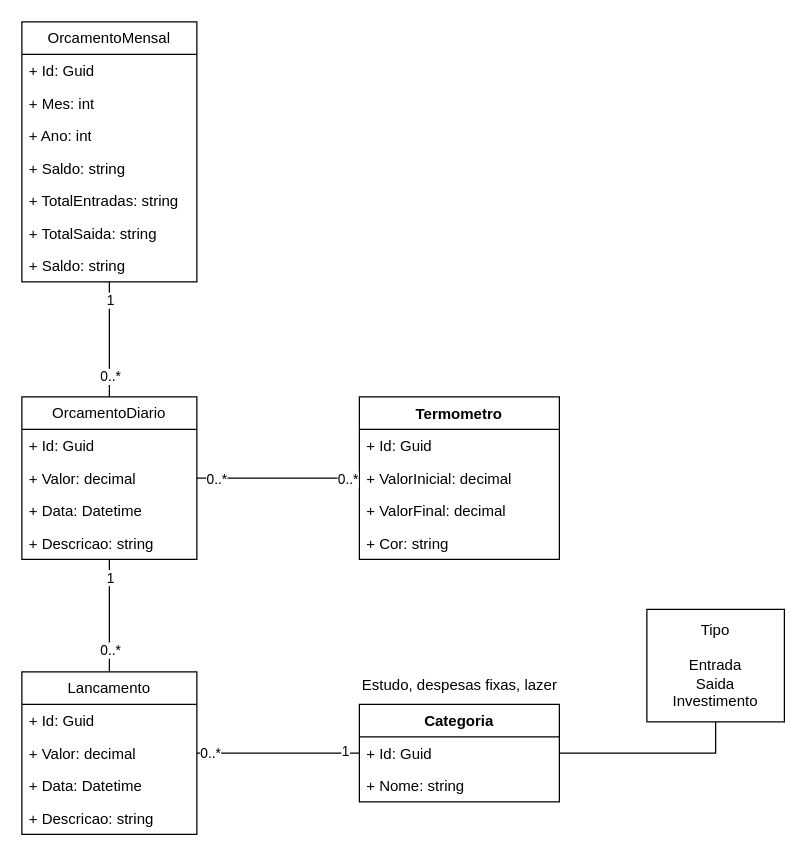
Before: docs/controle-financeiro.drawio in willianmenezes/controle-financeiro, a draw.io diagram. Source tidied: cells renumbered, new cells numbered last; positions are measured from the earlier drawing's top-left corner, leaving out a move shared by most shapes. Both pictures are drawn from the tidied source at 125%, with x=0, y=0 at pixel (21, 21).
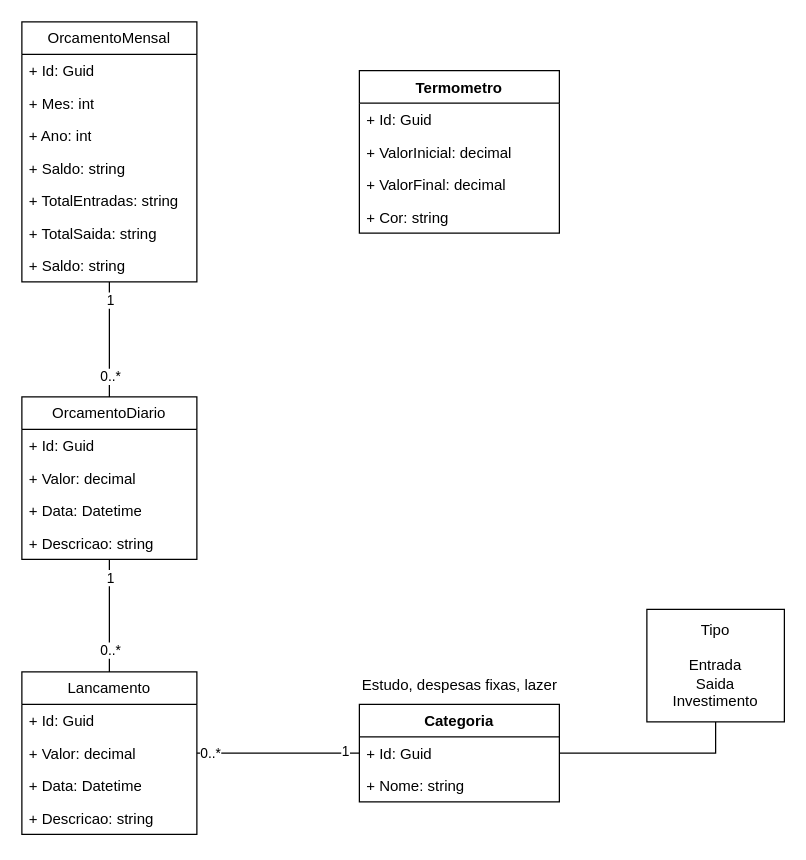
After the change.

The change refers to these unchanged cells:
```xml
<mxCell id="38" value="OrcamentoDiario" style="swimlane;fontStyle=0;horizontal=1;startSize=26;fillColor=none;whiteSpace=wrap;html=1;" parent="1" vertex="1">
  <mxGeometry y="300" width="140" height="130" as="geometry" />
</mxCell>
```

The edit, as a diff of the source:
```diff
@@
     <mxCell id="26" value="Termometro" style="swimlane;fontStyle=1;align=center;verticalAlign=top;horizontal=1;startSize=26;whiteSpace=wrap;html=1;" parent="1" vertex="1">
-      <mxGeometry x="270" y="300" width="160" height="130" as="geometry" />
+      <mxGeometry x="270" y="39" width="160" height="130" as="geometry" />
     </mxCell>
@@
-    <mxCell id="31" style="edgeStyle=orthogonalEdgeStyle;rounded=0;jettySize=auto;html=1;endArrow=none;startFill=0;" parent="1" edge="1" source="38" target="26">
-      <mxGeometry relative="1" as="geometry" />
-    </mxCell>
-    <mxCell id="32" value="0..*" style="edgeLabel;html=1;align=center;verticalAlign=middle;" parent="31" vertex="1">
-      <mxGeometry x="0.85" relative="1" as="geometry" />
-    </mxCell>
-    <mxCell id="33" value="0..*" style="edgeLabel;html=1;align=center;verticalAlign=middle;" parent="31" vertex="1">
-      <mxGeometry x="-0.77" relative="1" as="geometry" />
-    </mxCell>
```
